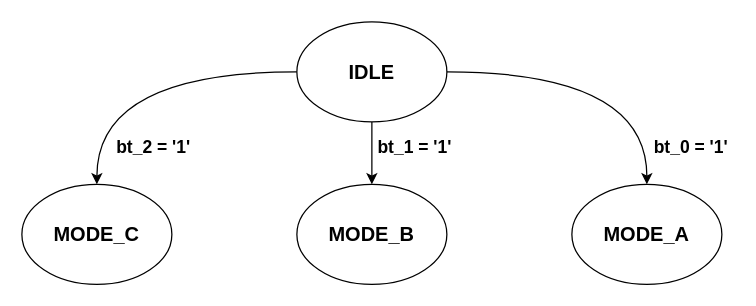
Alberto12MC/Modules keeps this draw.io diagram as doc/fsm.drawio. Above is the earlier version. Source tidied: cells renumbered, new cells numbered last; positions are measured from the earlier drawing's top-left corner, leaving out a move shared by most shapes. Both pictures are drawn from the tidied source at 125%, with x=0, y=0 at pixel (21, 21).
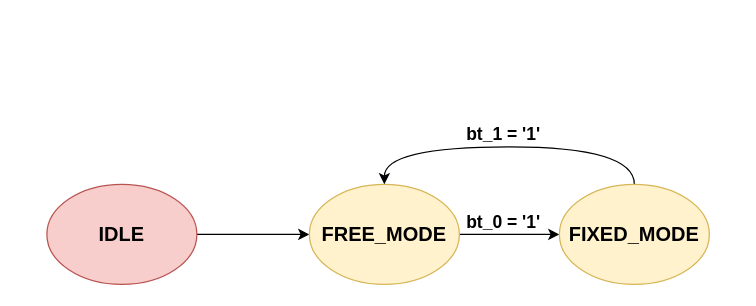
The same page after the edit.

Diff of the diagram source:
```diff
@@
 <mxGraphModel>
   <root>
     <mxCell id="0" />
     <mxCell id="1" parent="0" />
-    <mxCell id="2" style="edgeStyle=orthogonalEdgeStyle;jettySize=auto;html=1;exitX=0;exitY=0.5;exitDx=0;exitDy=0;entryX=0.5;entryY=0;entryDx=0;entryDy=0;curved=1;" parent="1" edge="1" source="5" target="8">
-      <mxGeometry relative="1" as="geometry" />
-    </mxCell>
-    <mxCell id="3" style="edgeStyle=orthogonalEdgeStyle;curved=1;jettySize=auto;html=1;exitX=1;exitY=0.5;exitDx=0;exitDy=0;entryX=0.5;entryY=0;entryDx=0;entryDy=0;" parent="1" edge="1" source="5" target="6">
+    <mxCell id="3" style="edgeStyle=orthogonalEdgeStyle;curved=1;jettySize=auto;html=1;exitX=1;exitY=0.5;exitDx=0;exitDy=0;" parent="1" edge="1" source="5" target="6">
       <mxGeometry relative="1" as="geometry" />
     </mxCell>
-    <mxCell id="4" style="edgeStyle=orthogonalEdgeStyle;curved=1;jettySize=auto;html=1;exitX=0.5;exitY=1;exitDx=0;exitDy=0;" parent="1" edge="1" source="5" target="7">
-      <mxGeometry relative="1" as="geometry" />
-    </mxCell>
-    <mxCell id="5" value="&lt;b style=&quot;font-size: 16px&quot;&gt;IDLE&lt;/b&gt;" style="ellipse;whiteSpace=wrap;html=1;" parent="1" vertex="1">
-      <mxGeometry x="220" width="120" height="80" as="geometry" />
+    <mxCell id="5" value="&lt;b style=&quot;font-size: 16px&quot;&gt;IDLE&lt;/b&gt;" style="ellipse;whiteSpace=wrap;html=1;fillColor=#f8cecc;strokeColor=#b85450;" parent="1" vertex="1">
+      <mxGeometry x="20" y="130" width="120" height="80" as="geometry" />
     </mxCell>
+    <mxCell id="12" style="edgeStyle=orthogonalEdgeStyle;curved=1;jettySize=auto;html=1;exitX=1;exitY=0.5;exitDx=0;exitDy=0;entryX=0;entryY=0.5;entryDx=0;entryDy=0;" parent="1" edge="1" source="6" target="14">
+      <mxGeometry relative="1" as="geometry" />
+    </mxCell>
-    <mxCell id="6" value="&lt;b style=&quot;font-size: 16px&quot;&gt;MODE_A&lt;/b&gt;" style="ellipse;whiteSpace=wrap;html=1;" parent="1" vertex="1">
-      <mxGeometry x="440" y="130" width="120" height="80" as="geometry" />
+    <mxCell id="6" value="&lt;b style=&quot;font-size: 16px&quot;&gt;FREE_MODE&lt;/b&gt;" style="ellipse;whiteSpace=wrap;html=1;fillColor=#fff2cc;strokeColor=#d6b656;" parent="1" vertex="1">
+      <mxGeometry x="230" y="130" width="120" height="80" as="geometry" />
     </mxCell>
-    <mxCell id="7" value="&lt;b style=&quot;font-size: 16px&quot;&gt;MODE_B&lt;/b&gt;" style="ellipse;whiteSpace=wrap;html=1;" parent="1" vertex="1">
-      <mxGeometry x="220" y="130" width="120" height="80" as="geometry" />
-    </mxCell>
-    <mxCell id="8" value="&lt;b style=&quot;font-size: 16px&quot;&gt;MODE_C&lt;/b&gt;" style="ellipse;whiteSpace=wrap;html=1;" parent="1" vertex="1">
-      <mxGeometry y="130" width="120" height="80" as="geometry" />
-    </mxCell>
     <mxCell id="9" value="&lt;font style=&quot;font-size: 14px&quot;&gt;&lt;b&gt;bt_0 = '1'&lt;/b&gt;&lt;/font&gt;" style="text;html=1;align=center;verticalAlign=middle;" parent="1" vertex="1">
-      <mxGeometry x="500" y="90" width="70" height="20" as="geometry" />
+      <mxGeometry x="350" y="150" width="70" height="20" as="geometry" />
     </mxCell>
     <mxCell id="10" value="&lt;font style=&quot;font-size: 14px&quot;&gt;&lt;b&gt;bt_1 = '1'&lt;/b&gt;&lt;/font&gt;" style="text;html=1;align=center;verticalAlign=middle;" parent="1" vertex="1">
-      <mxGeometry x="279" y="90" width="70" height="20" as="geometry" />
+      <mxGeometry x="350" y="80" width="70" height="20" as="geometry" />
     </mxCell>
-    <mxCell id="11" value="&lt;font style=&quot;font-size: 14px&quot;&gt;&lt;b&gt;bt_2 = '1'&lt;/b&gt;&lt;/font&gt;" style="text;html=1;align=center;verticalAlign=middle;" parent="1" vertex="1">
-      <mxGeometry x="70" y="90" width="70" height="20" as="geometry" />
-    </mxCell>
+    <mxCell id="13" style="edgeStyle=orthogonalEdgeStyle;curved=1;jettySize=auto;html=1;exitX=0.5;exitY=0;exitDx=0;exitDy=0;entryX=0.5;entryY=0;entryDx=0;entryDy=0;" parent="1" edge="1" source="14" target="6">
+      <mxGeometry relative="1" as="geometry">
+        <Array as="points">
+          <mxPoint x="490" y="100" />
+          <mxPoint x="290" y="100" />
+        </Array>
+      </mxGeometry>
+    </mxCell>
+    <mxCell id="14" value="&lt;b style=&quot;font-size: 16px&quot;&gt;FIXED_MODE&lt;/b&gt;" style="ellipse;whiteSpace=wrap;html=1;fillColor=#fff2cc;strokeColor=#d6b656;" parent="1" vertex="1">
+      <mxGeometry x="430" y="130" width="120" height="80" as="geometry" />
+    </mxCell>
   </root>
 </mxGraphModel>
```
